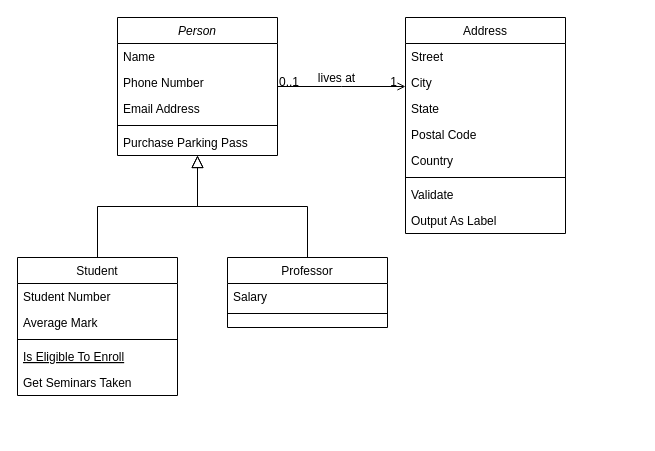
Before: 未命名绘图.drawio in liqiuhan/drawio2, a draw.io diagram. Source tidied: cells renumbered, new cells numbered last; positions are measured from the earlier drawing's top-left corner, leaving out a move shared by most shapes. Both pictures are drawn from the tidied source at 100%, with x=0, y=0 at pixel (17, 17).
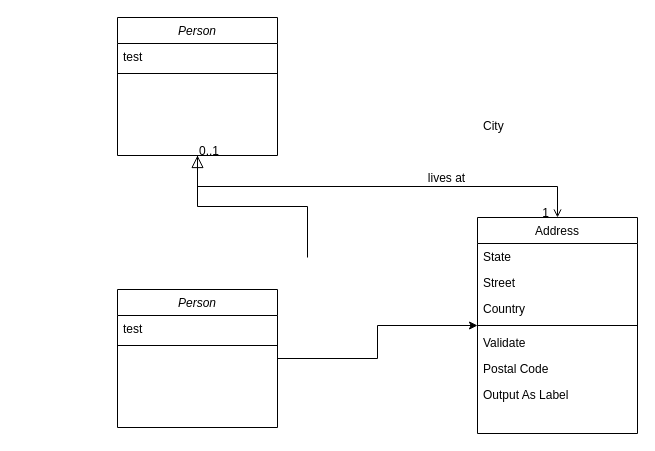
The same diagram, later.

The change refers to these unchanged cells:
```xml
<mxCell id="2" value="Person" style="swimlane;fontStyle=2;align=center;verticalAlign=top;horizontal=1;startSize=26;rounded=0;shadow=0;strokeWidth=1;" parent="1" vertex="1">
  <mxGeometry x="100" width="160" height="138" as="geometry" />
</mxCell>
```

Change to the diagram source:
```diff
@@
-    <mxCell id="3" value="Name" style="text;align=left;verticalAlign=top;spacingLeft=4;spacingRight=4;overflow=hidden;" parent="2" vertex="1">
+    <mxCell id="3" value="test" style="text;align=left;verticalAlign=top;spacingLeft=4;spacingRight=4;overflow=hidden;" parent="2" vertex="1">
       <mxGeometry y="26" width="160" height="26" as="geometry" />
     </mxCell>
-    <mxCell id="4" value="Phone Number" style="text;align=left;verticalAlign=top;spacingLeft=4;spacingRight=4;overflow=hidden;rounded=0;shadow=0;html=0;" parent="2" vertex="1">
-      <mxGeometry y="52" width="160" height="26" as="geometry" />
-    </mxCell>
-    <mxCell id="5" value="Email Address" style="text;align=left;verticalAlign=top;spacingLeft=4;spacingRight=4;overflow=hidden;rounded=0;shadow=0;html=0;" parent="2" vertex="1">
-      <mxGeometry y="78" width="160" height="26" as="geometry" />
-    </mxCell>
     <mxCell id="6" style="line;html=1;strokeWidth=1;align=left;verticalAlign=middle;spacingTop=-1;spacingLeft=3;spacingRight=3;labelPosition=right;" parent="2" vertex="1">
-      <mxGeometry y="104" width="160" height="8" as="geometry" />
+      <mxGeometry y="52" width="160" height="8" as="geometry" />
     </mxCell>
-    <mxCell id="7" value="Purchase Parking Pass" style="text;align=left;verticalAlign=top;spacingLeft=4;spacingRight=4;overflow=hidden;" parent="2" vertex="1">
-      <mxGeometry y="112" width="160" height="26" as="geometry" />
-    </mxCell>
-    <mxCell id="8" value="Student" style="swimlane;fontStyle=0;align=center;verticalAlign=top;horizontal=1;startSize=26;rounded=0;shadow=0;strokeWidth=1;" parent="1" vertex="1">
-      <mxGeometry y="240" width="160" height="138" as="geometry" />
-    </mxCell>
-    <mxCell id="9" value="Student Number" style="text;align=left;verticalAlign=top;spacingLeft=4;spacingRight=4;overflow=hidden;" parent="8" vertex="1">
-      <mxGeometry y="26" width="160" height="26" as="geometry" />
-    </mxCell>
-    <mxCell id="10" value="Average Mark" style="text;align=left;verticalAlign=top;spacingLeft=4;spacingRight=4;overflow=hidden;rounded=0;shadow=0;html=0;" parent="8" vertex="1">
-      <mxGeometry y="52" width="160" height="26" as="geometry" />
-    </mxCell>
-    <mxCell id="11" style="line;html=1;strokeWidth=1;align=left;verticalAlign=middle;spacingTop=-1;spacingLeft=3;spacingRight=3;labelPosition=right;" parent="8" vertex="1">
-      <mxGeometry y="78" width="160" height="8" as="geometry" />
-    </mxCell>
-    <mxCell id="12" value="Is Eligible To Enroll" style="text;align=left;verticalAlign=top;spacingLeft=4;spacingRight=4;overflow=hidden;fontStyle=4;" parent="8" vertex="1">
-      <mxGeometry y="86" width="160" height="26" as="geometry" />
-    </mxCell>
-    <mxCell id="13" value="Get Seminars Taken" style="text;align=left;verticalAlign=top;spacingLeft=4;spacingRight=4;overflow=hidden;" parent="8" vertex="1">
-      <mxGeometry y="112" width="160" height="26" as="geometry" />
-    </mxCell>
-    <mxCell id="14" style="endArrow=block;endSize=10;endFill=0;shadow=0;strokeWidth=1;rounded=0;edgeStyle=elbowEdgeStyle;elbow=vertical;" parent="1" edge="1" source="8" target="2">
-      <mxGeometry relative="1" as="geometry" />
-    </mxCell>
-    <mxCell id="15" value="Professor" style="swimlane;fontStyle=0;align=center;verticalAlign=top;horizontal=1;startSize=26;rounded=0;shadow=0;strokeWidth=1;" parent="1" vertex="1">
-      <mxGeometry x="210" y="240" width="160" height="70" as="geometry" />
-    </mxCell>
-    <mxCell id="16" value="Salary" style="text;align=left;verticalAlign=top;spacingLeft=4;spacingRight=4;overflow=hidden;" parent="15" vertex="1">
-      <mxGeometry y="26" width="160" height="26" as="geometry" />
-    </mxCell>
-    <mxCell id="17" style="line;html=1;strokeWidth=1;align=left;verticalAlign=middle;spacingTop=-1;spacingLeft=3;spacingRight=3;labelPosition=right;" parent="15" vertex="1">
-      <mxGeometry y="52" width="160" height="8" as="geometry" />
-    </mxCell>
-    <mxCell id="18" style="endArrow=block;endSize=10;endFill=0;shadow=0;strokeWidth=1;rounded=0;edgeStyle=elbowEdgeStyle;elbow=vertical;" parent="1" edge="1" source="15" target="2">
-      <mxGeometry relative="1" as="geometry" />
+    <mxCell id="18" style="endArrow=block;endSize=10;endFill=0;shadow=0;strokeWidth=1;rounded=0;edgeStyle=elbowEdgeStyle;elbow=vertical;" parent="1" edge="1" target="2">
+      <mxGeometry relative="1" as="geometry">
+        <mxPoint x="290" y="240" as="sourcePoint" />
+      </mxGeometry>
     </mxCell>
     <mxCell id="19" value="Address" style="swimlane;fontStyle=0;align=center;verticalAlign=top;horizontal=1;startSize=26;rounded=0;shadow=0;strokeWidth=1;" parent="1" vertex="1">
-      <mxGeometry x="388" width="160" height="216" as="geometry" />
+      <mxGeometry x="460" y="200" width="160" height="216" as="geometry" />
     </mxCell>
+    <mxCell id="22" value="State" style="text;align=left;verticalAlign=top;spacingLeft=4;spacingRight=4;overflow=hidden;rounded=0;shadow=0;html=0;" parent="19" vertex="1">
+      <mxGeometry y="26" width="160" height="26" as="geometry" />
+    </mxCell>
     <mxCell id="20" value="Street" style="text;align=left;verticalAlign=top;spacingLeft=4;spacingRight=4;overflow=hidden;" parent="19" vertex="1">
-      <mxGeometry y="26" width="160" height="26" as="geometry" />
+      <mxGeometry y="52" width="160" height="26" as="geometry" />
     </mxCell>
-    <mxCell id="21" value="City" style="text;align=left;verticalAlign=top;spacingLeft=4;spacingRight=4;overflow=hidden;rounded=0;shadow=0;html=0;" parent="19" vertex="1">
-      <mxGeometry y="52" width="160" height="26" as="geometry" />
-    </mxCell>
-    <mxCell id="22" value="State" style="text;align=left;verticalAlign=top;spacingLeft=4;spacingRight=4;overflow=hidden;rounded=0;shadow=0;html=0;" parent="19" vertex="1">
-      <mxGeometry y="78" width="160" height="26" as="geometry" />
-    </mxCell>
-    <mxCell id="23" value="Postal Code" style="text;align=left;verticalAlign=top;spacingLeft=4;spacingRight=4;overflow=hidden;rounded=0;shadow=0;html=0;" parent="19" vertex="1">
-      <mxGeometry y="104" width="160" height="26" as="geometry" />
-    </mxCell>
     <mxCell id="24" value="Country" style="text;align=left;verticalAlign=top;spacingLeft=4;spacingRight=4;overflow=hidden;rounded=0;shadow=0;html=0;" parent="19" vertex="1">
-      <mxGeometry y="130" width="160" height="26" as="geometry" />
+      <mxGeometry y="78" width="160" height="26" as="geometry" />
     </mxCell>
     <mxCell id="25" style="line;html=1;strokeWidth=1;align=left;verticalAlign=middle;spacingTop=-1;spacingLeft=3;spacingRight=3;labelPosition=right;" parent="19" vertex="1">
-      <mxGeometry y="156" width="160" height="8" as="geometry" />
+      <mxGeometry y="104" width="160" height="8" as="geometry" />
     </mxCell>
     <mxCell id="26" value="Validate" style="text;align=left;verticalAlign=top;spacingLeft=4;spacingRight=4;overflow=hidden;" parent="19" vertex="1">
-      <mxGeometry y="164" width="160" height="26" as="geometry" />
+      <mxGeometry y="112" width="160" height="26" as="geometry" />
     </mxCell>
+    <mxCell id="23" value="Postal Code" style="text;align=left;verticalAlign=top;spacingLeft=4;spacingRight=4;overflow=hidden;rounded=0;shadow=0;html=0;" parent="19" vertex="1">
+      <mxGeometry y="138" width="160" height="26" as="geometry" />
+    </mxCell>
     <mxCell id="27" value="Output As Label" style="text;align=left;verticalAlign=top;spacingLeft=4;spacingRight=4;overflow=hidden;" parent="19" vertex="1">
-      <mxGeometry y="190" width="160" height="26" as="geometry" />
+      <mxGeometry y="164" width="160" height="26" as="geometry" />
     </mxCell>
@@
+    <mxCell id="21" value="City" style="text;align=left;verticalAlign=top;spacingLeft=4;spacingRight=4;overflow=hidden;rounded=0;shadow=0;html=0;" parent="1" vertex="1">
+      <mxGeometry x="460" y="95" width="160" height="26" as="geometry" />
+    </mxCell>
+    <mxCell id="32" style="edgeStyle=orthogonalEdgeStyle;rounded=0;jettySize=auto;html=1;exitX=1;exitY=0.5;exitDx=0;exitDy=0;" parent="1" edge="1" source="33" target="19">
+      <mxGeometry relative="1" as="geometry" />
+    </mxCell>
+    <mxCell id="33" value="Person" style="swimlane;fontStyle=2;align=center;verticalAlign=top;horizontal=1;startSize=26;rounded=0;shadow=0;strokeWidth=1;" parent="1" vertex="1">
+      <mxGeometry x="100" y="272" width="160" height="138" as="geometry" />
+    </mxCell>
+    <mxCell id="34" value="test" style="text;align=left;verticalAlign=top;spacingLeft=4;spacingRight=4;overflow=hidden;" parent="33" vertex="1">
+      <mxGeometry y="26" width="160" height="26" as="geometry" />
+    </mxCell>
+    <mxCell id="17" style="line;html=1;strokeWidth=1;align=left;verticalAlign=middle;spacingTop=-1;spacingLeft=3;spacingRight=3;labelPosition=right;" parent="33" vertex="1">
+      <mxGeometry y="52" width="160" height="8" as="geometry" />
+    </mxCell>
```
